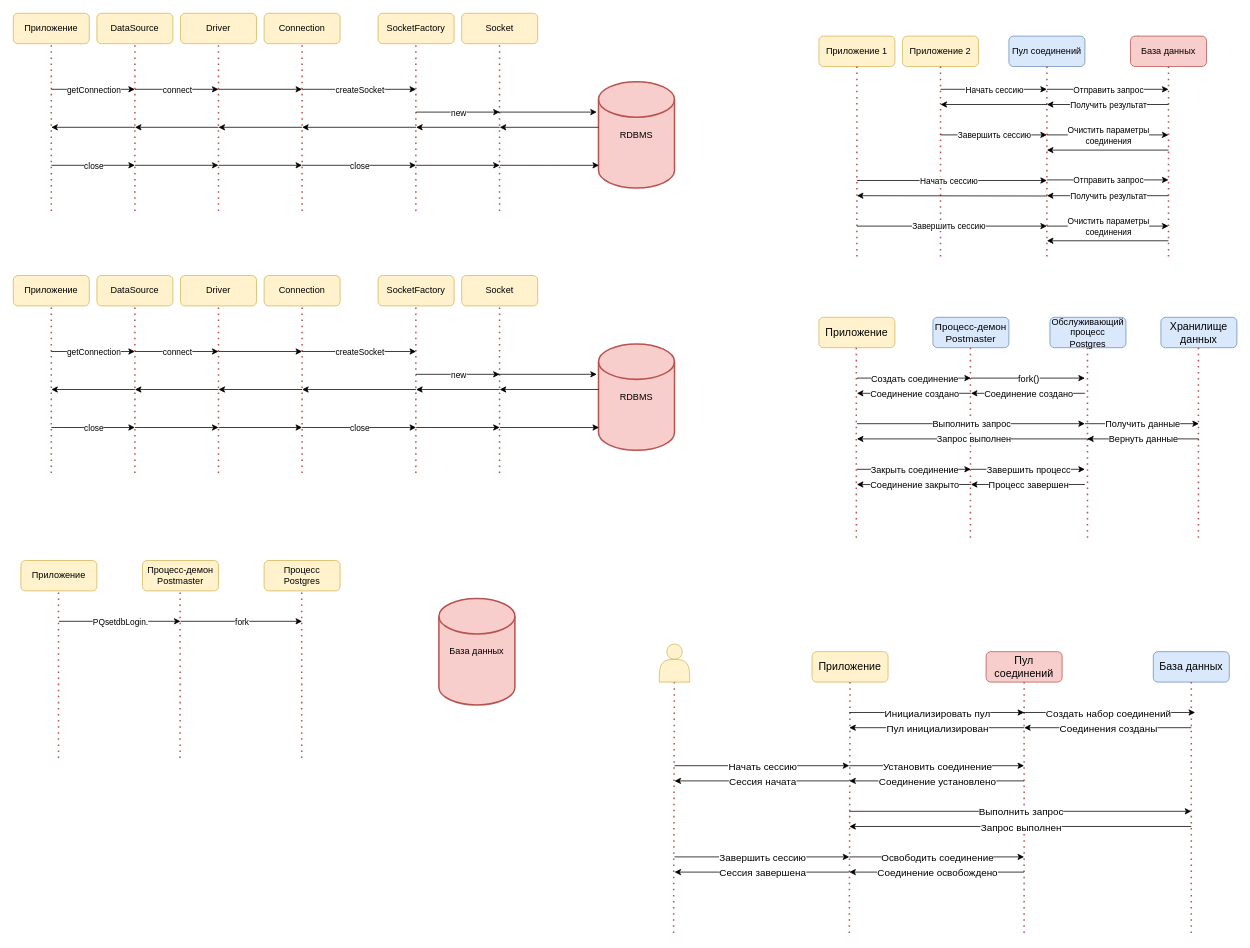
Before: Диаграммы/Conn state.drawio in platosha-git/Diplom-theory, a draw.io diagram. Source tidied: cells renumbered, new cells numbered last; positions are measured from the earlier drawing's top-left corner, leaving out a move shared by most shapes. Both pictures are drawn from the tidied source at 76%, with x=0, y=0 at pixel (13, 13).
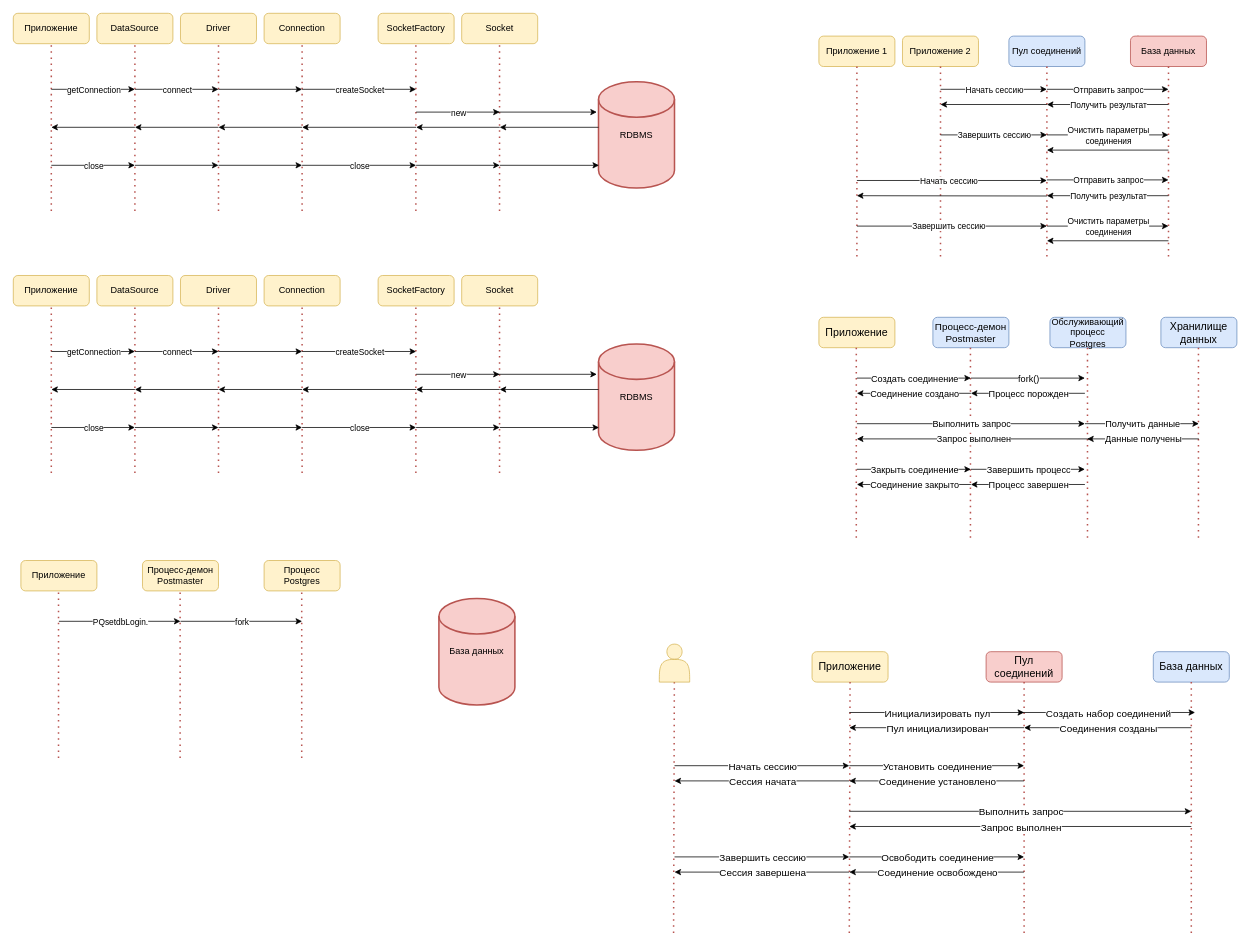
Above is the later version.

The change refers to these unchanged cells:
```xml
<mxCell id="135" style="endArrow=classic;html=1;" parent="1" edge="1">
  <mxGeometry relative="1" as="geometry">
    <mxPoint x="1410" y="500" as="sourcePoint" />
    <mxPoint x="1260" y="500" as="targetPoint" />
  </mxGeometry>
</mxCell>
<mxCell id="141" style="endArrow=classic;html=1;" parent="1" edge="1">
  <mxGeometry relative="1" as="geometry">
    <mxPoint x="1560" y="560" as="sourcePoint" />
    <mxPoint x="1413" y="560" as="targetPoint" />
  </mxGeometry>
</mxCell>
```

What changed in the source:
```diff
@@
-    <mxCell id="136" value="&lt;font style=&quot;font-size: 12px&quot;&gt;Соединение создано&lt;/font&gt;" style="edgeLabel;html=1;align=center;verticalAlign=middle;" parent="135" vertex="1">
+    <mxCell id="136" value="&lt;font style=&quot;font-size: 12px&quot;&gt;Процесс порожден&lt;/font&gt;" style="edgeLabel;html=1;align=center;verticalAlign=middle;" parent="135" vertex="1">
       <mxGeometry relative="1" as="geometry" />
     </mxCell>
@@
-    <mxCell id="142" value="&lt;font style=&quot;font-size: 12px&quot;&gt;Вернуть данные&lt;/font&gt;" style="edgeLabel;html=1;align=center;verticalAlign=middle;" parent="141" vertex="1">
+    <mxCell id="142" value="&lt;font style=&quot;font-size: 12px&quot;&gt;Данные получены&lt;/font&gt;" style="edgeLabel;html=1;align=center;verticalAlign=middle;" parent="141" vertex="1">
       <mxGeometry relative="1" as="geometry" />
     </mxCell>
```
